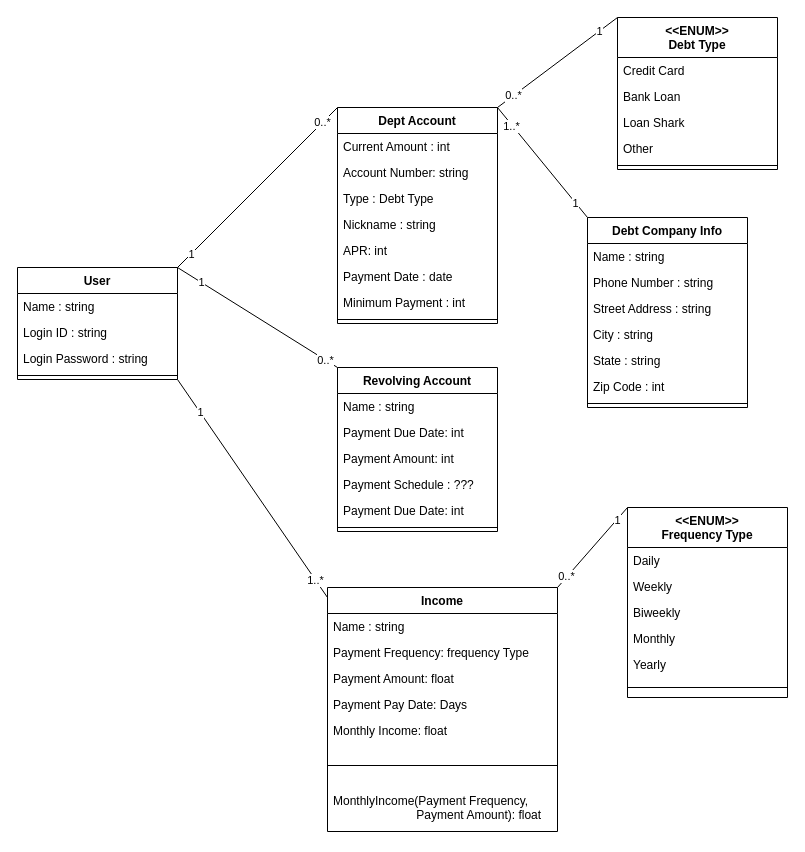
Before: Class Diagram.drawio in PatrickMcDougle/CSE682-Software-Engineering-Project, a draw.io diagram. Source tidied: cells renumbered, new cells numbered last; positions are measured from the earlier drawing's top-left corner, leaving out a move shared by most shapes. Both pictures are drawn from the tidied source at 100%, with x=0, y=0 at pixel (17, 17).
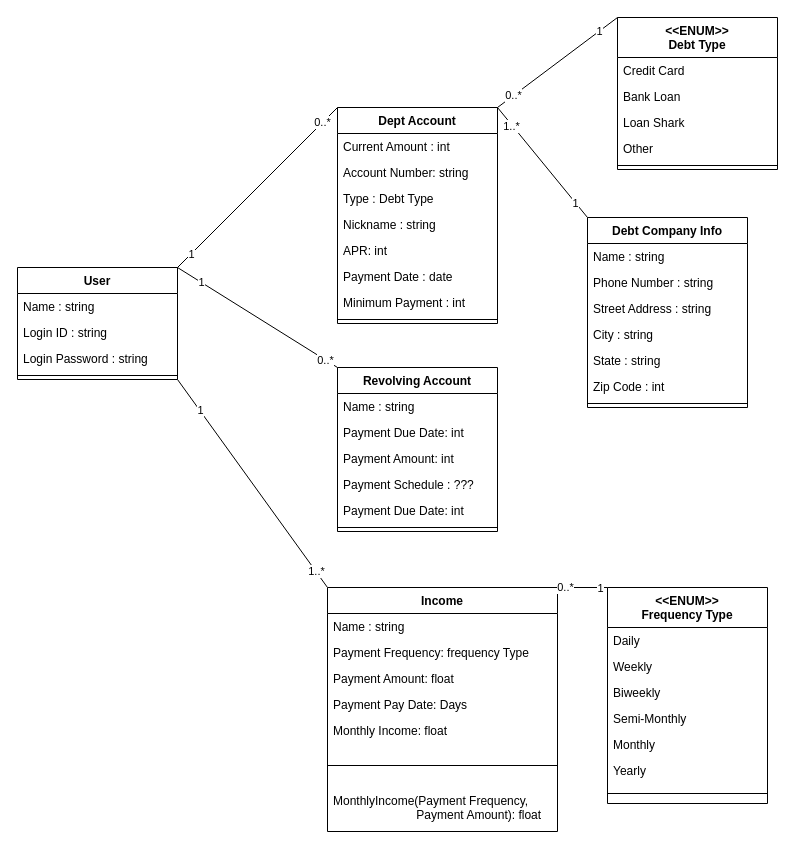
The same diagram, later.

The change refers to these unchanged cells:
```xml
<mxCell id="52" value="Income" style="swimlane;fontStyle=1;align=center;verticalAlign=top;horizontal=1;startSize=26;" parent="1" vertex="1">
  <mxGeometry x="310" y="570" width="230" height="244" as="geometry" />
</mxCell>
```

The edit, as a diff of the source:
```diff
@@
-    <mxCell id="49" style="endArrow=none;html=1;exitX=1;exitY=0;exitDx=0;exitDy=0;" parent="1" edge="1">
+    <mxCell id="49" style="endArrow=none;html=1;exitX=1;exitY=0;exitDx=0;exitDy=0;entryX=0;entryY=0;entryDx=0;entryDy=0;" parent="1" edge="1" target="52">
       <mxGeometry relative="1" as="geometry">
         <mxPoint x="160" y="362" as="sourcePoint" />
-        <mxPoint x="310" y="580" as="targetPoint" />
       </mxGeometry>
     </mxCell>
@@
     <mxCell id="60" value="&lt;&lt;ENUM&gt;&gt;&#10;Frequency Type" style="swimlane;fontStyle=1;align=center;verticalAlign=top;horizontal=1;startSize=40;" parent="1" vertex="1">
-      <mxGeometry x="610" y="490" width="160" height="190" as="geometry" />
+      <mxGeometry x="590" y="570" width="160" height="216" as="geometry" />
     </mxCell>
@@
+    <mxCell id="70" value="Semi-Monthly" style="text;strokeColor=none;fillColor=none;align=left;verticalAlign=top;spacingLeft=4;spacingRight=4;overflow=hidden;" parent="60" vertex="1">
+      <mxGeometry y="118" width="160" height="26" as="geometry" />
+    </mxCell>
     <mxCell id="64" value="Monthly" style="text;strokeColor=none;fillColor=none;align=left;verticalAlign=top;spacingLeft=4;spacingRight=4;overflow=hidden;" parent="60" vertex="1">
-      <mxGeometry y="118" width="160" height="26" as="geometry" />
+      <mxGeometry y="144" width="160" height="26" as="geometry" />
     </mxCell>
     <mxCell id="65" value="Yearly" style="text;strokeColor=none;fillColor=none;align=left;verticalAlign=top;spacingLeft=4;spacingRight=4;overflow=hidden;" parent="60" vertex="1">
-      <mxGeometry y="144" width="160" height="26" as="geometry" />
+      <mxGeometry y="170" width="160" height="26" as="geometry" />
     </mxCell>
     <mxCell id="66" style="line;strokeWidth=1;fillColor=none;align=left;verticalAlign=middle;spacingTop=-1;spacingLeft=3;spacingRight=3;labelPosition=right;" parent="60" vertex="1">
-      <mxGeometry y="170" width="160" height="20" as="geometry" />
+      <mxGeometry y="196" width="160" height="20" as="geometry" />
     </mxCell>
```
